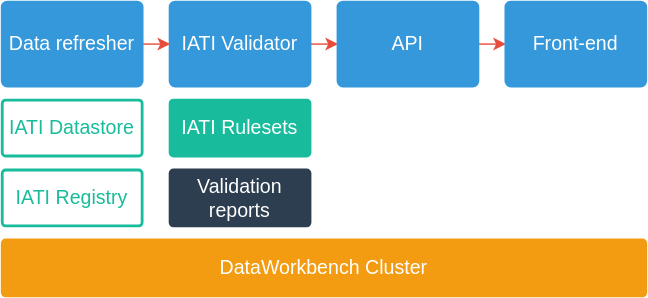
data4development/data4development.github.io keeps this draw.io diagram as overview.drawio.svg. Above is the earlier version. Source tidied: cells renumbered, new cells last; positions are measured from the earlier drawing's top-left corner, leaving out a move shared by most shapes.
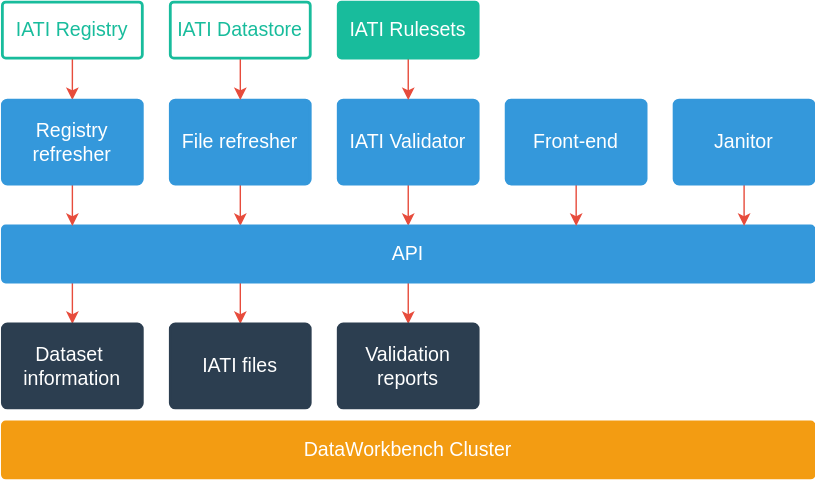
Later version of the same file.

Commit message:
Update intro overview

What changed in the source:
```diff
@@ -2,47 +2,113 @@
   <root>
     <mxCell id="0" />
     <mxCell id="1" value="Background" parent="0" />
-    <mxCell id="2" style="edgeStyle=orthogonalEdgeStyle;rounded=1;jettySize=auto;html=1;exitX=1;exitY=0.5;exitDx=0;exitDy=0;exitPerimeter=0;entryX=0;entryY=0.5;entryDx=0;entryDy=0;entryPerimeter=0;fontColor=#E74C3C;align=left;strokeColor=#E74C3C;labelBackgroundColor=none;startArrow=none;startFill=0;fontFamily=Arial;FType=g;fontSize=14;" parent="1" edge="1" source="3" target="7">
-      <mxGeometry relative="1" as="geometry" />
+    <mxCell id="2" style="edgeStyle=orthogonalEdgeStyle;rounded=1;jettySize=auto;html=1;fontFamily=Arial;fontSize=14;fontColor=#E74C3C;align=left;strokeColor=#E74C3C;labelBackgroundColor=none;startFill=0;startArrow=none;" parent="1" edge="1" source="3" target="7">
+      <mxGeometry relative="1" as="geometry">
+        <Array as="points">
+          <mxPoint x="140" y="233" />
+          <mxPoint x="140" y="233" />
+        </Array>
+      </mxGeometry>
     </mxCell>
     <mxCell id="3" value="IATI Validator" style="strokeWidth=2;html=1;shape=mxgraph.flowchart.process;whiteSpace=wrap;labelBackgroundColor=none;fillColor=#3498DB;fontFamily=Arial;fontSize=14;fontColor=#FFFFFF;align=center;strokeColor=#3498DB;spacingTop=8;spacingBottom=8;FType=g;" parent="1" vertex="1">
-      <mxGeometry x="120" y="83" width="100" height="60" as="geometry" />
+      <mxGeometry x="90" y="163" width="100" height="60" as="geometry" />
     </mxCell>
-    <mxCell id="4" style="edgeStyle=orthogonalEdgeStyle;rounded=1;jettySize=auto;html=1;exitX=1;exitY=0.5;exitDx=0;exitDy=0;exitPerimeter=0;entryX=0;entryY=0.5;entryDx=0;entryDy=0;entryPerimeter=0;fontColor=#E74C3C;align=left;strokeColor=#E74C3C;labelBackgroundColor=none;startArrow=none;startFill=0;fontFamily=Arial;FType=g;fontSize=14;" parent="1" edge="1" source="5" target="3">
-      <mxGeometry relative="1" as="geometry" />
+    <mxCell id="4" style="edgeStyle=orthogonalEdgeStyle;rounded=1;jettySize=auto;html=1;fontColor=#E74C3C;align=left;strokeColor=#E74C3C;labelBackgroundColor=none;startArrow=none;startFill=0;fontFamily=Arial;FType=g;fontSize=14;" parent="1" edge="1" source="5" target="7">
+      <mxGeometry relative="1" as="geometry">
+        <Array as="points">
+          <mxPoint x="20" y="253" />
+          <mxPoint x="20" y="253" />
+        </Array>
+      </mxGeometry>
     </mxCell>
-    <mxCell id="5" value="Data refresher" style="strokeWidth=2;html=1;shape=mxgraph.flowchart.process;whiteSpace=wrap;labelBackgroundColor=none;fillColor=#3498DB;fontFamily=Arial;fontSize=14;fontColor=#FFFFFF;align=center;strokeColor=#3498DB;spacingTop=8;spacingBottom=8;FType=g;" parent="1" vertex="1">
-      <mxGeometry y="83" width="100" height="60" as="geometry" />
+    <mxCell id="5" value="File refresher" style="strokeWidth=2;html=1;shape=mxgraph.flowchart.process;whiteSpace=wrap;labelBackgroundColor=none;fillColor=#3498DB;fontFamily=Arial;fontSize=14;fontColor=#FFFFFF;align=center;strokeColor=#3498DB;spacingTop=8;spacingBottom=8;FType=g;" parent="1" vertex="1">
+      <mxGeometry x="-30" y="163" width="100" height="60" as="geometry" />
     </mxCell>
-    <mxCell id="6" style="edgeStyle=orthogonalEdgeStyle;rounded=1;jettySize=auto;html=1;exitX=1;exitY=0.5;exitDx=0;exitDy=0;exitPerimeter=0;entryX=0;entryY=0.5;entryDx=0;entryDy=0;entryPerimeter=0;fontColor=#E74C3C;align=left;strokeColor=#E74C3C;labelBackgroundColor=none;startArrow=none;startFill=0;fontFamily=Arial;FType=g;fontSize=14;" parent="1" edge="1" source="7" target="8">
-      <mxGeometry relative="1" as="geometry" />
-    </mxCell>
+    <mxCell id="16" style="edgeStyle=orthogonalEdgeStyle;rounded=1;jettySize=auto;html=1;fontFamily=Arial;fontSize=14;fontColor=#E74C3C;align=left;strokeColor=#E74C3C;labelBackgroundColor=none;startFill=0;startArrow=none;" parent="1" edge="1" source="7" target="28">
+      <mxGeometry relative="1" as="geometry">
+        <Array as="points">
+          <mxPoint x="-100" y="303" />
+          <mxPoint x="-100" y="303" />
+        </Array>
+      </mxGeometry>
+    </mxCell>
+    <mxCell id="17" style="edgeStyle=orthogonalEdgeStyle;rounded=1;jettySize=auto;html=1;fontFamily=Arial;fontSize=14;fontColor=#E74C3C;align=left;strokeColor=#E74C3C;labelBackgroundColor=none;startFill=0;startArrow=none;" parent="1" edge="1" source="7" target="27">
+      <mxGeometry relative="1" as="geometry">
+        <Array as="points">
+          <mxPoint x="20" y="303" />
+          <mxPoint x="20" y="303" />
+        </Array>
+      </mxGeometry>
+    </mxCell>
+    <mxCell id="18" style="edgeStyle=orthogonalEdgeStyle;rounded=1;jettySize=auto;html=1;fontFamily=Arial;fontSize=14;fontColor=#E74C3C;align=left;strokeColor=#E74C3C;labelBackgroundColor=none;startFill=0;startArrow=none;" parent="1" edge="1" source="7" target="13">
+      <mxGeometry relative="1" as="geometry" />
+    </mxCell>
     <mxCell id="7" value="API" style="strokeWidth=2;html=1;shape=mxgraph.flowchart.process;whiteSpace=wrap;labelBackgroundColor=none;fillColor=#3498DB;fontFamily=Arial;fontSize=14;fontColor=#FFFFFF;align=center;strokeColor=#3498DB;spacingTop=8;spacingBottom=8;FType=g;" parent="1" vertex="1">
-      <mxGeometry x="240" y="83" width="100" height="60" as="geometry" />
+      <mxGeometry x="-150" y="253" width="580" height="40" as="geometry" />
     </mxCell>
+    <mxCell id="19" style="edgeStyle=orthogonalEdgeStyle;rounded=1;jettySize=auto;html=1;fontFamily=Arial;fontSize=14;fontColor=#E74C3C;align=left;strokeColor=#E74C3C;labelBackgroundColor=none;startFill=0;startArrow=none;" parent="1" edge="1" source="8" target="7">
+      <mxGeometry relative="1" as="geometry">
+        <Array as="points">
+          <mxPoint x="260" y="253" />
+          <mxPoint x="260" y="253" />
+        </Array>
+      </mxGeometry>
+    </mxCell>
     <mxCell id="8" value="Front-end" style="strokeWidth=2;html=1;shape=mxgraph.flowchart.process;whiteSpace=wrap;labelBackgroundColor=none;fillColor=#3498DB;fontFamily=Arial;fontSize=14;fontColor=#FFFFFF;align=center;strokeColor=#3498DB;spacingTop=8;spacingBottom=8;FType=g;" parent="1" vertex="1">
-      <mxGeometry x="360" y="83" width="100" height="60" as="geometry" />
+      <mxGeometry x="210" y="163" width="100" height="60" as="geometry" />
     </mxCell>
+    <mxCell id="20" style="edgeStyle=orthogonalEdgeStyle;rounded=1;jettySize=auto;html=1;fontFamily=Arial;fontSize=14;fontColor=#E74C3C;align=left;strokeColor=#E74C3C;labelBackgroundColor=none;startFill=0;startArrow=none;" parent="1" edge="1" source="9" target="3">
+      <mxGeometry relative="1" as="geometry" />
+    </mxCell>
     <mxCell id="9" value="IATI Rulesets" style="strokeWidth=2;html=1;shape=mxgraph.flowchart.process;whiteSpace=wrap;labelBackgroundColor=none;fillColor=#18BC9C;fontFamily=Arial;fontSize=14;fontColor=#FFFFFF;align=center;strokeColor=#18BC9C;spacingTop=8;spacingBottom=8;FType=g;" parent="1" vertex="1">
-      <mxGeometry x="120" y="153" width="100" height="40" as="geometry" />
+      <mxGeometry x="90" y="93" width="100" height="40" as="geometry" />
     </mxCell>
+    <mxCell id="21" style="edgeStyle=orthogonalEdgeStyle;rounded=1;jettySize=auto;html=1;fontFamily=Arial;fontSize=14;fontColor=#E74C3C;align=left;strokeColor=#E74C3C;labelBackgroundColor=none;startFill=0;startArrow=none;" parent="1" edge="1" source="10" target="5">
+      <mxGeometry relative="1" as="geometry" />
+    </mxCell>
     <mxCell id="10" value="IATI Datastore" style="strokeWidth=2;html=1;shape=mxgraph.flowchart.process;whiteSpace=wrap;labelBackgroundColor=none;fillColor=#FFFFFF;fontFamily=Arial;fontSize=14;fontColor=#18BC9C;align=center;strokeColor=#18bc9c;spacingTop=8;spacingBottom=8;FType=g;" parent="1" vertex="1">
-      <mxGeometry y="153" width="100" height="40" as="geometry" />
+      <mxGeometry x="-30" y="93" width="100" height="40" as="geometry" />
     </mxCell>
+    <mxCell id="22" style="edgeStyle=orthogonalEdgeStyle;rounded=1;jettySize=auto;html=1;entryX=0.5;entryY=0;entryDx=0;entryDy=0;entryPerimeter=0;fontFamily=Arial;fontSize=14;fontColor=#E74C3C;align=left;strokeColor=#E74C3C;labelBackgroundColor=none;startFill=0;startArrow=none;" parent="1" edge="1" source="11" target="24">
+      <mxGeometry relative="1" as="geometry" />
+    </mxCell>
     <mxCell id="11" value="IATI Registry" style="strokeWidth=2;html=1;shape=mxgraph.flowchart.process;whiteSpace=wrap;labelBackgroundColor=none;fillColor=#FFFFFF;fontFamily=Arial;fontSize=14;fontColor=#18BC9C;align=center;strokeColor=#18bc9c;spacingTop=8;spacingBottom=8;FType=g;" parent="1" vertex="1">
-      <mxGeometry y="203" width="100" height="40" as="geometry" />
+      <mxGeometry x="-150" y="93" width="100" height="40" as="geometry" />
     </mxCell>
     <mxCell id="12" value="&lt;p style=&quot;font-size: 14px;&quot;&gt;DataWorkbench Cluster&lt;/p&gt;" style="strokeWidth=2;html=1;shape=mxgraph.flowchart.process;whiteSpace=wrap;labelBackgroundColor=none;fillColor=#F39C12;fontFamily=Arial;fontSize=14;fontColor=#FFFFFF;align=center;strokeColor=#F39C12;spacingTop=8;spacingBottom=8;FType=g;" parent="1" vertex="1">
-      <mxGeometry y="253" width="460" height="40" as="geometry" />
+      <mxGeometry x="-150" y="393" width="580" height="40" as="geometry" />
     </mxCell>
     <mxCell id="13" value="&lt;p style=&quot;font-size: 14px;&quot;&gt;Validation reports&lt;/p&gt;" style="strokeWidth=2;html=1;shape=mxgraph.flowchart.process;whiteSpace=wrap;labelBackgroundColor=none;fillColor=#2C3E50;fontFamily=Arial;fontSize=14;fontColor=#FFFFFF;align=center;strokeColor=#2C3E50;spacingTop=8;spacingBottom=8;FType=g;" parent="1" vertex="1">
-      <mxGeometry x="120" y="203" width="100" height="40" as="geometry" />
+      <mxGeometry x="90" y="323" width="100" height="60" as="geometry" />
     </mxCell>
+    <mxCell id="23" style="edgeStyle=orthogonalEdgeStyle;rounded=1;jettySize=auto;html=1;fontFamily=Arial;fontSize=14;fontColor=#E74C3C;align=left;strokeColor=#E74C3C;labelBackgroundColor=none;startFill=0;startArrow=none;" parent="1" edge="1" source="24" target="7">
+      <mxGeometry relative="1" as="geometry">
+        <Array as="points">
+          <mxPoint x="-100" y="243" />
+          <mxPoint x="-100" y="243" />
+        </Array>
+      </mxGeometry>
+    </mxCell>
+    <mxCell id="24" value="Registry refresher" style="strokeWidth=2;html=1;shape=mxgraph.flowchart.process;whiteSpace=wrap;labelBackgroundColor=none;fillColor=#3498DB;fontFamily=Arial;fontSize=14;fontColor=#FFFFFF;align=center;strokeColor=#3498DB;spacingTop=8;spacingBottom=8;FType=g;" parent="1" vertex="1">
+      <mxGeometry x="-150" y="163" width="100" height="60" as="geometry" />
+    </mxCell>
+    <mxCell id="25" style="edgeStyle=orthogonalEdgeStyle;rounded=1;jettySize=auto;html=1;fontFamily=Arial;fontSize=14;fontColor=#E74C3C;align=left;strokeColor=#E74C3C;labelBackgroundColor=none;startFill=0;startArrow=none;" parent="1" edge="1" source="26" target="7">
+      <mxGeometry relative="1" as="geometry">
+        <Array as="points">
+          <mxPoint x="380" y="253" />
+          <mxPoint x="380" y="253" />
+        </Array>
+      </mxGeometry>
+    </mxCell>
+    <mxCell id="26" value="Janitor" style="strokeWidth=2;html=1;shape=mxgraph.flowchart.process;whiteSpace=wrap;labelBackgroundColor=none;fillColor=#3498DB;fontFamily=Arial;fontSize=14;fontColor=#FFFFFF;align=center;strokeColor=#3498DB;spacingTop=8;spacingBottom=8;FType=g;" parent="1" vertex="1">
+      <mxGeometry x="330" y="163" width="100" height="60" as="geometry" />
+    </mxCell>
+    <mxCell id="27" value="&lt;p style=&quot;font-size: 14px&quot;&gt;IATI files&lt;/p&gt;" style="strokeWidth=2;html=1;shape=mxgraph.flowchart.process;whiteSpace=wrap;labelBackgroundColor=none;fillColor=#2C3E50;fontFamily=Arial;fontSize=14;fontColor=#FFFFFF;align=center;strokeColor=#2C3E50;spacingTop=8;spacingBottom=8;FType=g;" parent="1" vertex="1">
+      <mxGeometry x="-30" y="323" width="100" height="60" as="geometry" />
+    </mxCell>
+    <mxCell id="28" value="&lt;p style=&quot;font-size: 14px&quot;&gt;Dataset&amp;nbsp; information&lt;/p&gt;" style="strokeWidth=2;html=1;shape=mxgraph.flowchart.process;whiteSpace=wrap;labelBackgroundColor=none;fillColor=#2C3E50;fontFamily=Arial;fontSize=14;fontColor=#FFFFFF;align=center;strokeColor=#2C3E50;spacingTop=8;spacingBottom=8;FType=g;" parent="1" vertex="1">
+      <mxGeometry x="-150" y="323" width="100" height="60" as="geometry" />
+    </mxCell>
     <mxCell id="14" value="Flow" parent="0" />
-    <mxCell id="15" value="test" style="endArrow=none;html=1;strokeColor=#F2C811;fontColor=#F2C811;align=center;labelPosition=center;verticalLabelPosition=bottom;verticalAlign=top;labelBackgroundColor=none;exitX=0;exitY=0.261;exitDx=0;exitDy=0;exitPerimeter=0;fontStyle=1;fontSize=12;entryX=1.005;entryY=0.26;entryDx=0;entryDy=0;entryPerimeter=0;" parent="14" edge="1" source="x">
-      <mxGeometry x="-0.01" relative="1" as="geometry">
-        <mxPoint x="532.2" y="0.4" as="targetPoint" />
-      </mxGeometry>
-    </mxCell>
   </root>
 </mxGraphModel>
```
